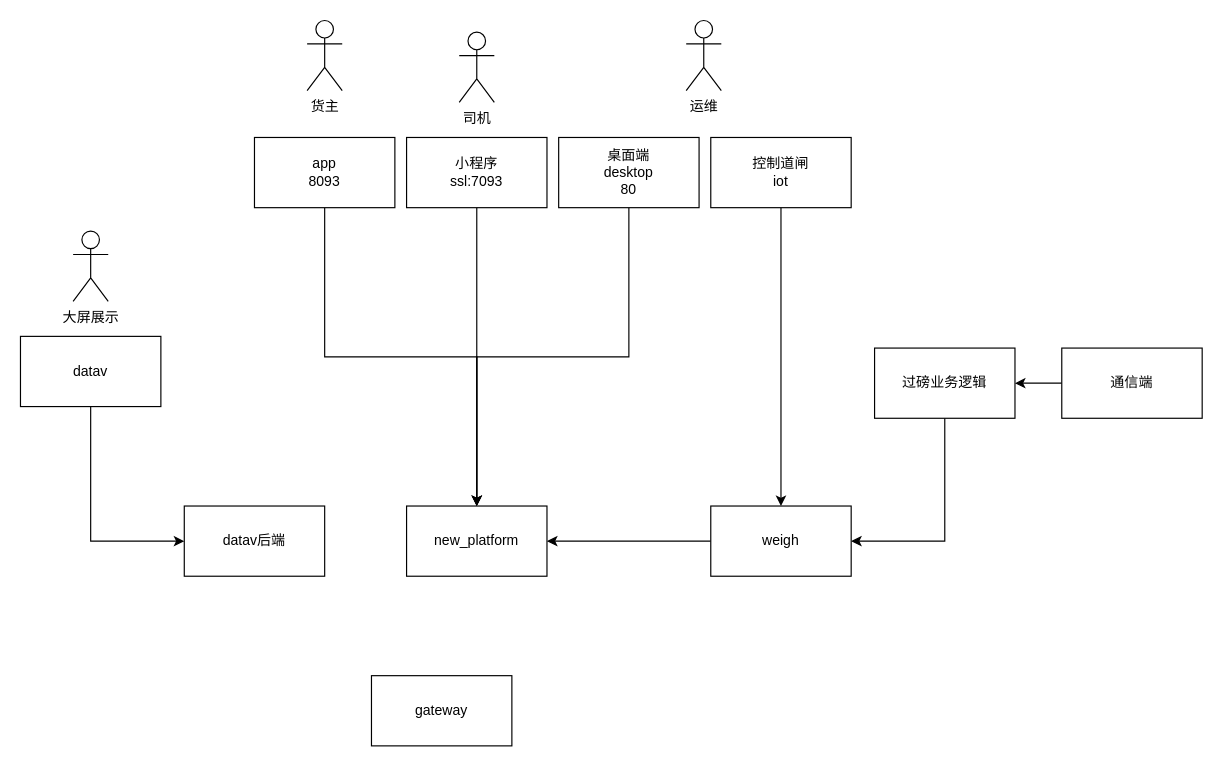
Before: 互链站台网络拓扑.drawio in lipeng260/drawio, a draw.io diagram. Source tidied: cells renumbered, new cells numbered last; positions are measured from the earlier drawing's top-left corner, leaving out a move shared by most shapes. Both pictures are drawn from the tidied source at 117%, with x=0, y=0 at pixel (20, 20).
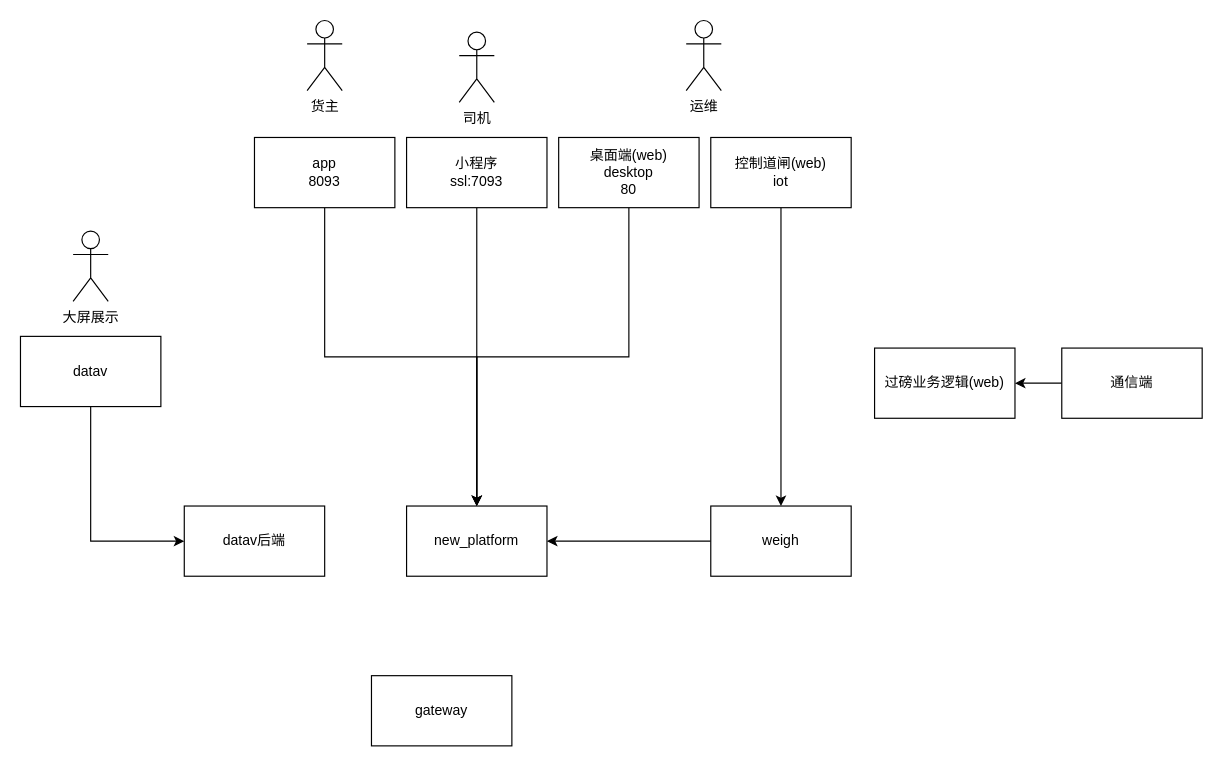
Above is the later version.

Commit message:
Update 互链站台网络拓扑.drawio

Unchanged cells that the change refers to:
```xml
<mxCell id="19" value="weigh" style="rounded=0;whiteSpace=wrap;html=1;" parent="1" vertex="1">
  <mxGeometry x="590" y="415" width="120" height="60" as="geometry" />
</mxCell>
```

The edit, as a diff of the source:
```diff
@@
-    <mxCell id="3" value="桌面端&lt;br&gt;desktop&lt;br&gt;80" style="rounded=0;whiteSpace=wrap;html=1;" parent="1" vertex="1">
+    <mxCell id="3" value="桌面端(web)&lt;br&gt;desktop&lt;br&gt;80" style="rounded=0;whiteSpace=wrap;html=1;" parent="1" vertex="1">
       <mxGeometry x="460" y="100" width="120" height="60" as="geometry" />
     </mxCell>
@@
-    <mxCell id="5" value="控制道闸&lt;br&gt;iot" style="rounded=0;whiteSpace=wrap;html=1;" parent="1" vertex="1">
+    <mxCell id="5" value="控制道闸(web)&lt;br&gt;iot" style="rounded=0;whiteSpace=wrap;html=1;" parent="1" vertex="1">
       <mxGeometry x="590" y="100" width="120" height="60" as="geometry" />
     </mxCell>
-    <mxCell id="6" style="edgeStyle=orthogonalEdgeStyle;rounded=0;jettySize=auto;html=1;exitX=0.5;exitY=1;exitDx=0;exitDy=0;entryX=1;entryY=0.5;entryDx=0;entryDy=0;" parent="1" edge="1" source="7" target="19">
-      <mxGeometry relative="1" as="geometry" />
-    </mxCell>
-    <mxCell id="7" value="过磅业务逻辑" style="rounded=0;whiteSpace=wrap;html=1;" parent="1" vertex="1">
+    <mxCell id="7" value="过磅业务逻辑(web)" style="rounded=0;whiteSpace=wrap;html=1;" parent="1" vertex="1">
       <mxGeometry x="730" y="280" width="120" height="60" as="geometry" />
     </mxCell>
```
